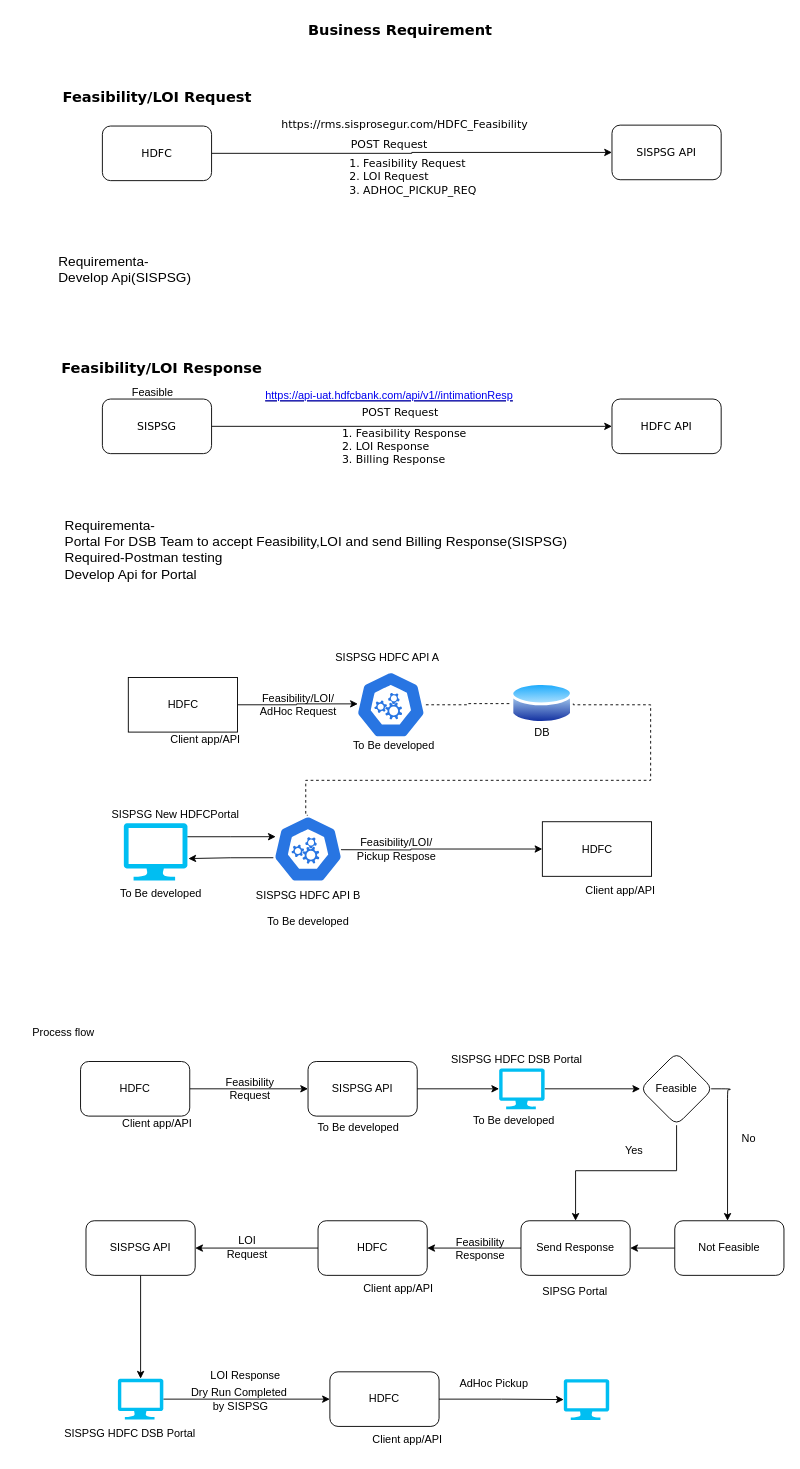
Before: Hdfc.drawio in ubermachine/Drawio, a draw.io diagram. Source tidied: cells renumbered, new cells numbered last; positions are measured from the earlier drawing's top-left corner, leaving out a move shared by most shapes. Both pictures are drawn from the tidied source at 91%, with x=0, y=0 at pixel (22, 15).
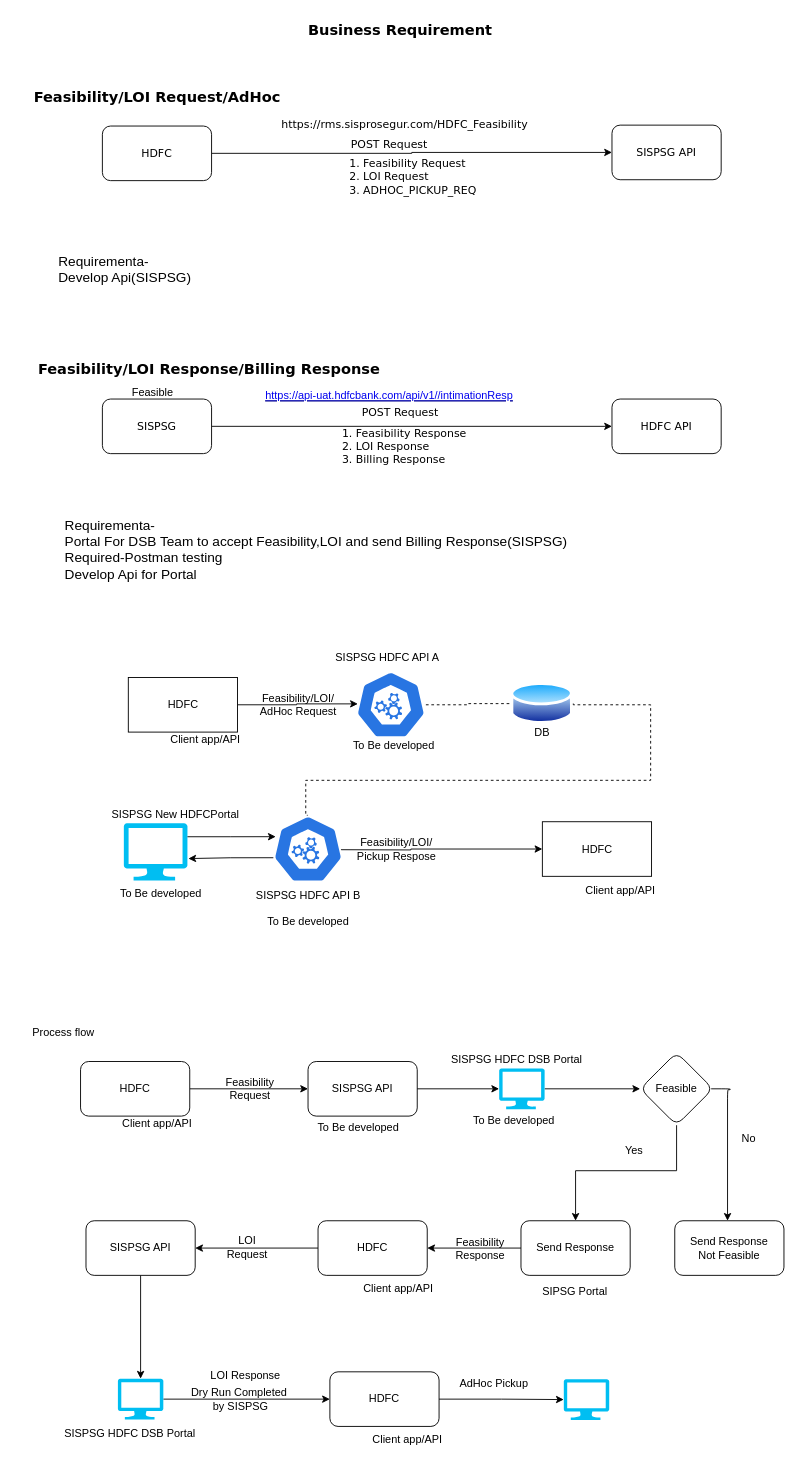
The same diagram, later.

The change refers to these unchanged cells:
```xml
<mxCell id="53" value="Send Response" style="whiteSpace=wrap;html=1;rounded=1;" parent="1" vertex="1">
  <mxGeometry x="548" y="1324" width="120" height="60" as="geometry" />
</mxCell>
```

Diff of the diagram source:
```diff
@@
-    <mxCell id="8" value="Feasibility/LOI Request" style="text;html=1;align=center;verticalAlign=middle;strokeColor=none;fillColor=none;fontStyle=1;fontSize=16;fontFamily=Verdana;" parent="1" vertex="1">
-      <mxGeometry x="28" y="74" width="240" height="30" as="geometry" />
+    <mxCell id="8" value="Feasibility/LOI Request/AdHoc" style="text;html=1;align=center;verticalAlign=middle;strokeColor=none;fillColor=none;fontStyle=1;fontSize=16;fontFamily=Verdana;" parent="1" vertex="1">
+      <mxGeometry x="-7" y="74" width="310" height="30" as="geometry" />
     </mxCell>
-    <mxCell id="9" value="Feasibility/LOI Response" style="text;html=1;align=center;verticalAlign=middle;strokeColor=none;fillColor=none;fontStyle=1;fontSize=16;fontFamily=Verdana;" parent="1" vertex="1">
-      <mxGeometry x="28" y="372" width="250" height="30" as="geometry" />
+    <mxCell id="9" value="Feasibility/LOI Response/Billing Response" style="text;html=1;align=center;verticalAlign=middle;strokeColor=none;fillColor=none;fontStyle=1;fontSize=16;fontFamily=Verdana;" parent="1" vertex="1">
+      <mxGeometry y="373" width="410" height="30" as="geometry" />
     </mxCell>
@@
-    <mxCell id="49" style="edgeStyle=orthogonalEdgeStyle;rounded=0;jettySize=auto;html=1;entryX=1;entryY=0.5;entryDx=0;entryDy=0;" parent="1" edge="1" source="50" target="53">
-      <mxGeometry relative="1" as="geometry" />
-    </mxCell>
-    <mxCell id="50" value="Not Feasible" style="whiteSpace=wrap;html=1;rounded=1;" parent="1" vertex="1">
+    <mxCell id="50" value="&lt;div&gt;Send Response&lt;/div&gt;&lt;div&gt;Not Feasible&lt;/div&gt;" style="whiteSpace=wrap;html=1;rounded=1;" parent="1" vertex="1">
       <mxGeometry x="717" y="1324" width="120" height="60" as="geometry" />
     </mxCell>
```
